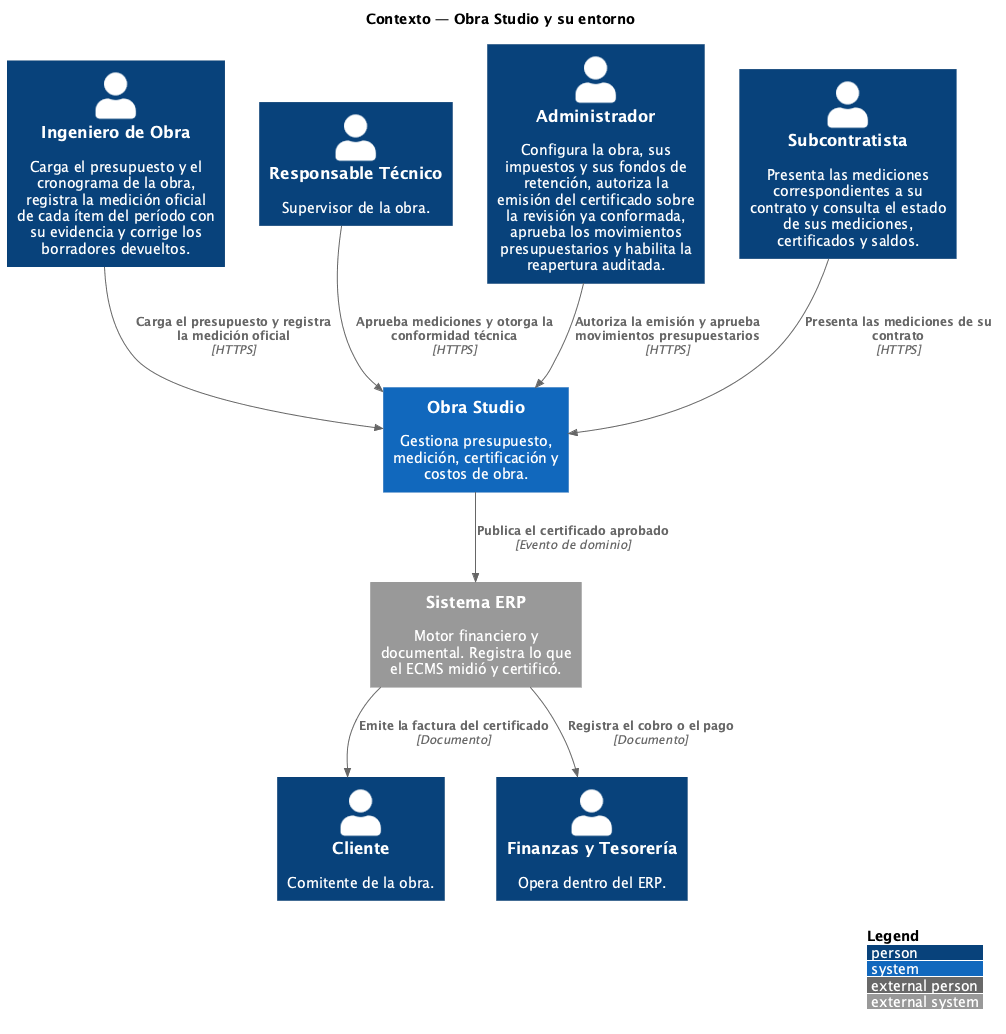
This is modelo/out/c4/C4-Contexto.png from Ssrrb/TPF-teoria, a PlantUML export, as it was before one commit.
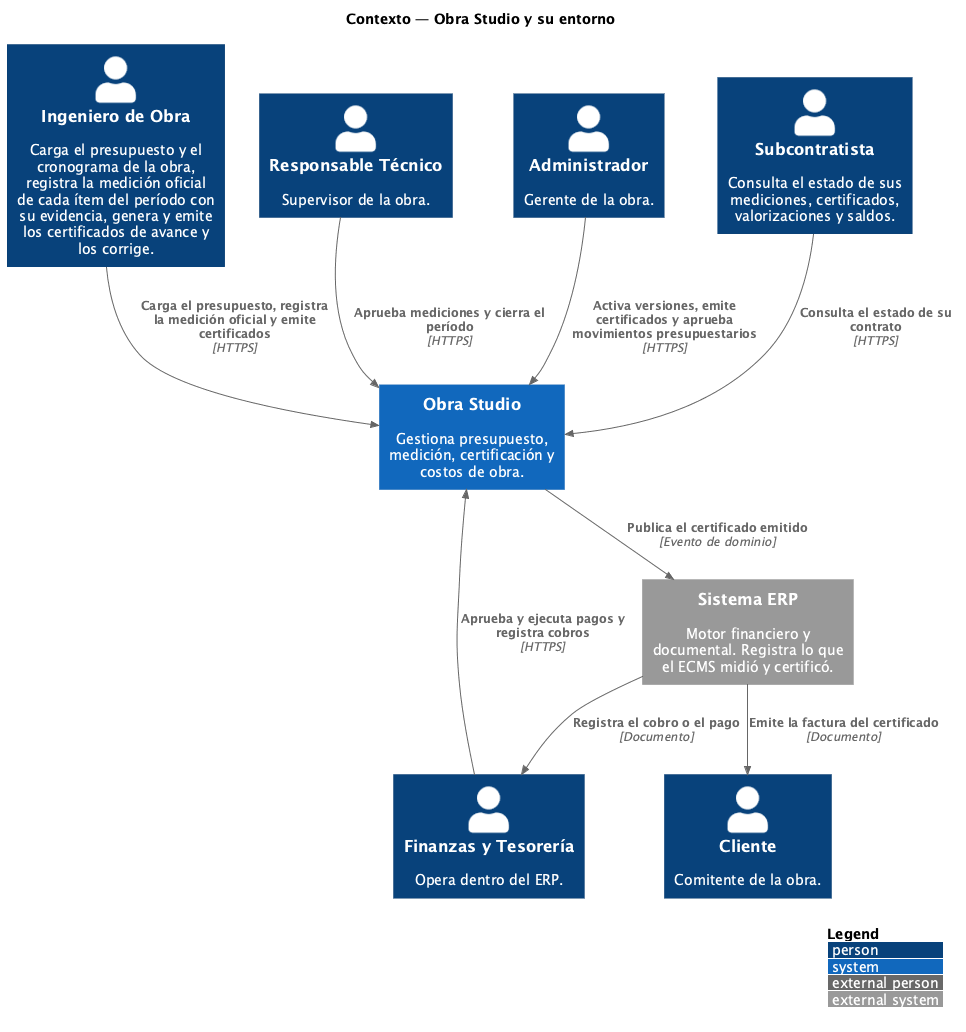
After the commit.

Diff of the diagram source:
```diff
@@ -3,21 +3,22 @@
 LAYOUT_WITH_LEGEND()
 title Contexto — Obra Studio y su entorno
 
-Person(ING, "Ingeniero de Obra", "Carga el presupuesto y el cronograma de la obra, registra la medición oficial de cada ítem del período con su evidencia y corrige los borradores devueltos.")
+Person(ING, "Ingeniero de Obra", "Carga el presupuesto y el cronograma de la obra, registra la medición oficial de cada ítem del período con su evidencia, genera y emite los certificados de avance y los corrige.")
 Person(SUP, "Responsable Técnico", "Supervisor de la obra.")
-Person(ADM, "Administrador", "Configura la obra, sus impuestos y sus fondos de retención, autoriza la emisión del certificado sobre la revisión ya conformada, aprueba los movimientos presupuestarios y habilita la reapertura auditada.")
-Person(SUB, "Subcontratista", "Presenta las mediciones correspondientes a su contrato y consulta el estado de sus mediciones, certificados y saldos.")
+Person(ADM, "Administrador", "Gerente de la obra.")
+Person(SUB, "Subcontratista", "Consulta el estado de sus mediciones, certificados, valorizaciones y saldos.")
 Person(CLI, "Cliente", "Comitente de la obra.")
 Person(TES, "Finanzas y Tesorería", "Opera dentro del ERP.")
 
 System(obra, "Obra Studio", "Gestiona presupuesto, medición, certificación y costos de obra.")
 System_Ext(erp, "Sistema ERP", "Motor financiero y documental. Registra lo que el ECMS midió y certificó.")
 
-Rel(ING, obra, "Carga el presupuesto y registra la medición oficial", "HTTPS")
-Rel(SUP, obra, "Aprueba mediciones y otorga la conformidad técnica", "HTTPS")
-Rel(ADM, obra, "Autoriza la emisión y aprueba movimientos presupuestarios", "HTTPS")
-Rel(SUB, obra, "Presenta las mediciones de su contrato", "HTTPS")
-Rel(obra, erp, "Publica el certificado aprobado", "Evento de dominio")
+Rel(ING, obra, "Carga el presupuesto, registra la medición oficial y emite certificados", "HTTPS")
+Rel(SUP, obra, "Aprueba mediciones y cierra el período", "HTTPS")
+Rel(ADM, obra, "Activa versiones, emite certificados y aprueba movimientos presupuestarios", "HTTPS")
+Rel(SUB, obra, "Consulta el estado de su contrato", "HTTPS")
+Rel(TES, obra, "Aprueba y ejecuta pagos y registra cobros", "HTTPS")
+Rel(obra, erp, "Publica el certificado emitido", "Evento de dominio")
 Rel(erp, CLI, "Emite la factura del certificado", "Documento")
 Rel(erp, TES, "Registra el cobro o el pago", "Documento")
 @enduml
```
